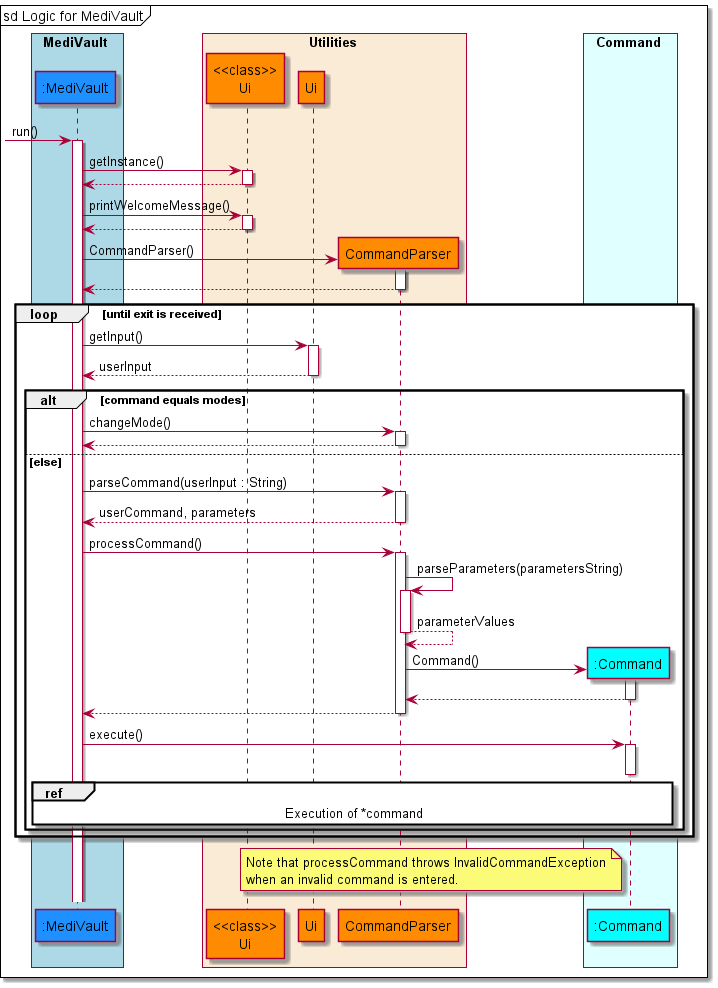
nus-cs2113-AY2122S1/tp keeps this PlantUML diagram as docs/diagrams/diagram_images/MainLogicSequenceDiagram.png. Above is the earlier version.
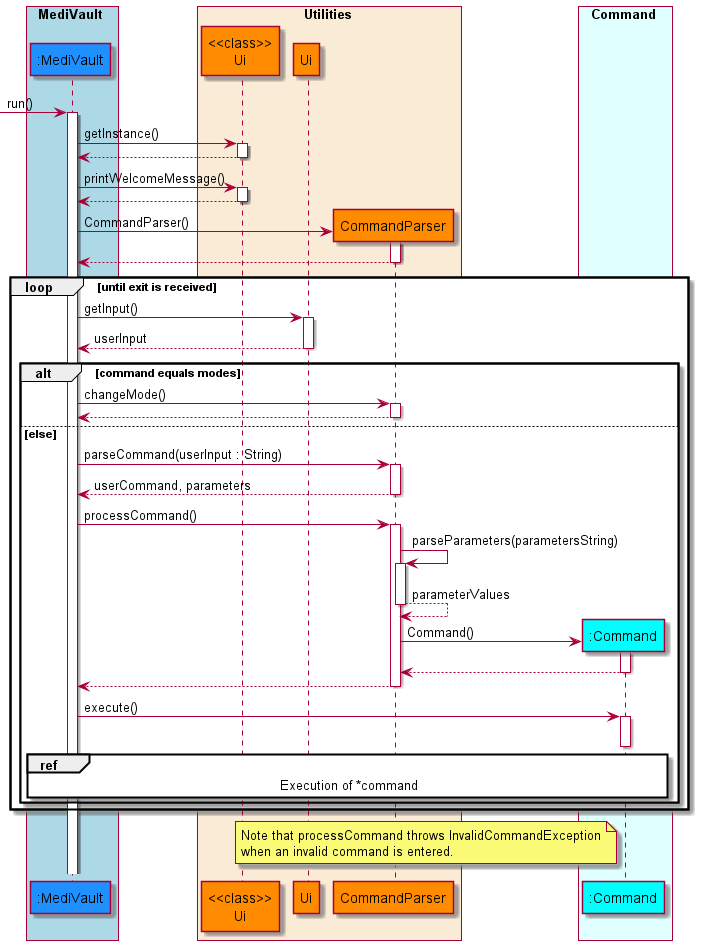
The same diagram one commit later.

Commit message:
Remove mainframe label

Diff of the diagram source:
```diff
@@ -18,7 +18,6 @@
 
 autoactivate on
 
-mainFrame sd Logic for MediVault
 -> medivault: run()
     medivault -> uiclass : getInstance()
     medivault <-- uiclass
```
